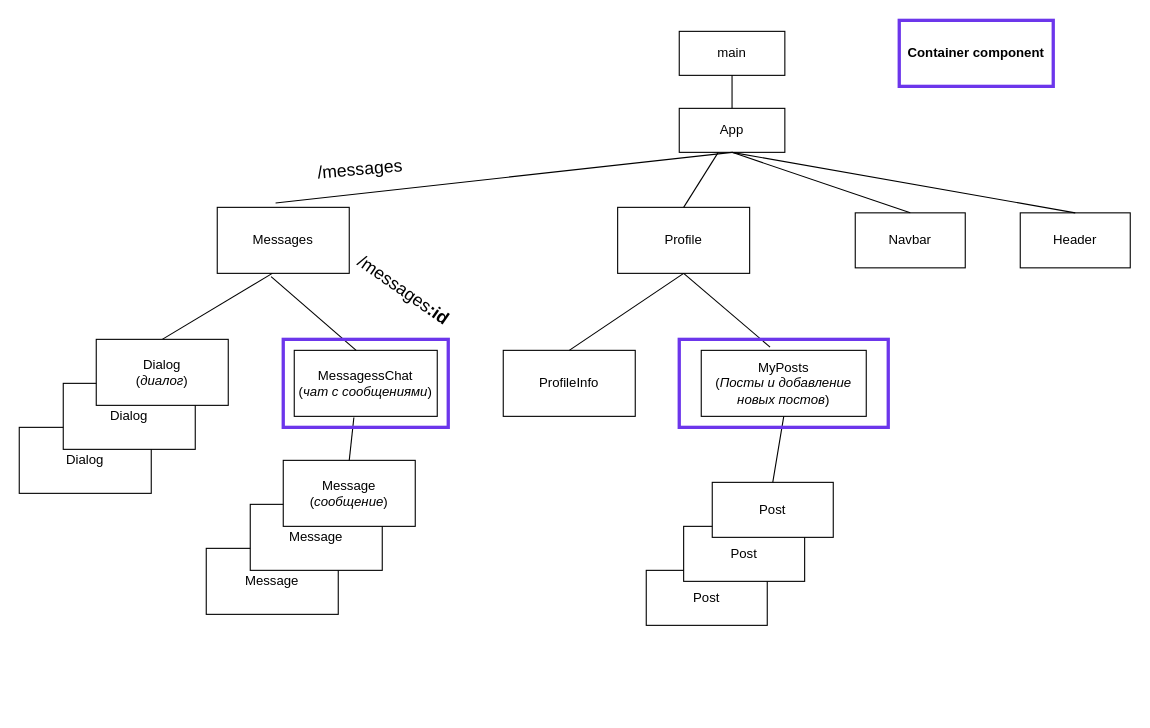
Before: reactСхема.drawio in Maria1564/learning-react, a draw.io diagram. Source tidied: cells renumbered, new cells numbered last; positions are measured from the earlier drawing's top-left corner, leaving out a move shared by most shapes. Both pictures are drawn from the tidied source at 110%, with x=0, y=0 at pixel (19, 20).
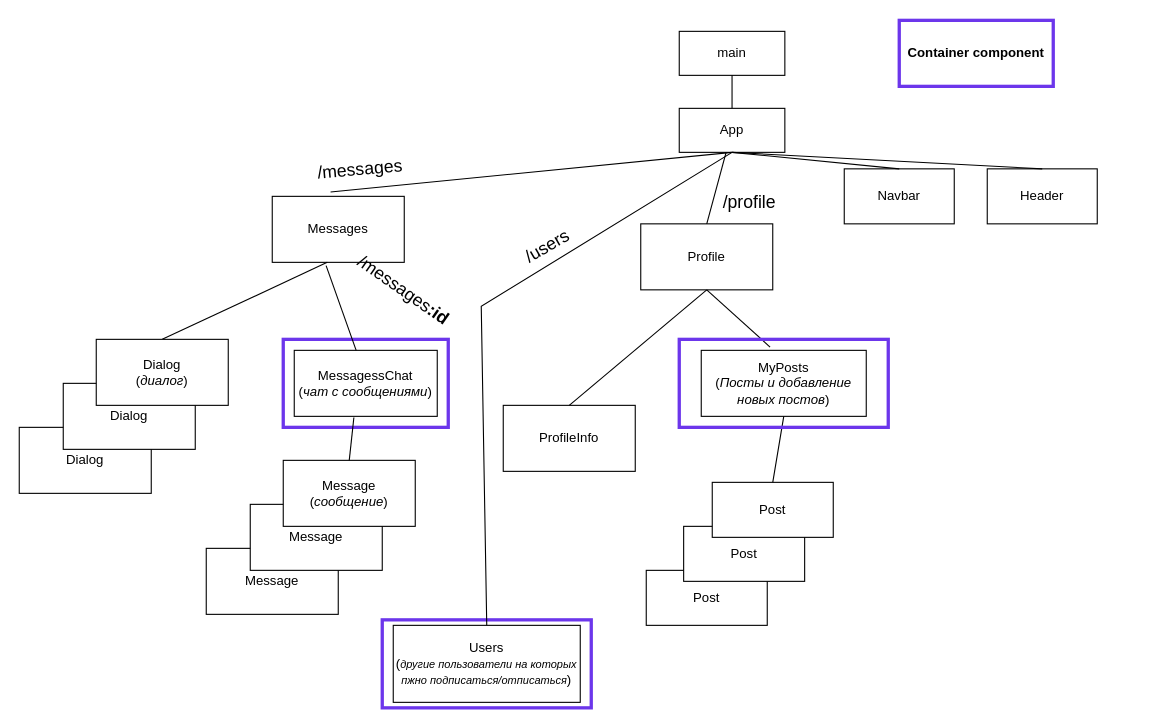
The same page after the edit.

Unchanged cells that the change refers to:
```xml
<mxCell id="9" value="App" style="rounded=0;whiteSpace=wrap;html=1;" parent="1" vertex="1">
  <mxGeometry x="600" y="80" width="96" height="40" as="geometry" />
</mxCell>
```

Change to the diagram source:
```diff
@@
+    <mxCell id="35" style="rounded=0;whiteSpace=wrap;html=1;fillColor=none;strokeColor=#6C36EB;strokeWidth=3;" parent="1" vertex="1">
+      <mxGeometry x="240" y="290" width="150" height="80" as="geometry" />
+    </mxCell>
+    <mxCell id="36" style="rounded=0;whiteSpace=wrap;html=1;fillColor=none;strokeColor=#6C36EB;strokeWidth=3;" parent="1" vertex="1">
+      <mxGeometry x="330" y="545" width="190" height="80" as="geometry" />
+    </mxCell>
@@
     <mxCell id="11" value="Messages&lt;br&gt;" style="rounded=0;whiteSpace=wrap;html=1;" parent="1" vertex="1">
-      <mxGeometry x="180" y="170" width="120" height="60" as="geometry" />
+      <mxGeometry x="230" y="160" width="120" height="60" as="geometry" />
     </mxCell>
@@
     <mxCell id="21" value="Profile" style="rounded=0;whiteSpace=wrap;html=1;" parent="1" vertex="1">
-      <mxGeometry x="544" y="170" width="120" height="60" as="geometry" />
+      <mxGeometry x="565" y="185" width="120" height="60" as="geometry" />
     </mxCell>
@@
     <mxCell id="23" value="ProfileInfo" style="rounded=0;whiteSpace=wrap;html=1;" parent="1" vertex="1">
-      <mxGeometry x="440" y="300" width="120" height="60" as="geometry" />
+      <mxGeometry x="440" y="350" width="120" height="60" as="geometry" />
     </mxCell>
@@
     <mxCell id="29" value="Navbar" style="rounded=0;whiteSpace=wrap;html=1;" parent="1" vertex="1">
-      <mxGeometry x="760" y="175" width="100" height="50" as="geometry" />
+      <mxGeometry x="750" y="135" width="100" height="50" as="geometry" />
     </mxCell>
     <mxCell id="30" value="Header" style="rounded=0;whiteSpace=wrap;html=1;" parent="1" vertex="1">
-      <mxGeometry x="910" y="175" width="100" height="50" as="geometry" />
+      <mxGeometry x="880" y="135" width="100" height="50" as="geometry" />
     </mxCell>
@@
-    <mxCell id="35" style="rounded=0;whiteSpace=wrap;html=1;fillColor=none;strokeColor=#6C36EB;strokeWidth=3;" parent="1" vertex="1">
-      <mxGeometry x="240" y="290" width="150" height="80" as="geometry" />
-    </mxCell>
+    <mxCell id="37" value="&lt;font style=&quot;font-size: 16px;&quot;&gt;/profile&lt;/font&gt;" style="text;html=1;strokeColor=none;fillColor=none;align=center;verticalAlign=middle;whiteSpace=wrap;rounded=0;rotation=0;" parent="1" vertex="1">
+      <mxGeometry x="634" y="150" width="60" height="30" as="geometry" />
+    </mxCell>
+    <mxCell id="38" value="Users&lt;br&gt;(&lt;i&gt;&lt;font style=&quot;font-size: 10px;&quot;&gt;другие пользователи на которых пжно подписаться/отписаться&lt;/font&gt;&lt;/i&gt;)" style="rounded=0;whiteSpace=wrap;html=1;" parent="1" vertex="1">
+      <mxGeometry x="340" y="550" width="170" height="70" as="geometry" />
+    </mxCell>
+    <mxCell id="39" style="endArrow=none;html=1;rounded=0;exitX=0.5;exitY=0;exitDx=0;exitDy=0;entryX=0.5;entryY=1;entryDx=0;entryDy=0;" parent="1" edge="1" source="38" target="9">
+      <mxGeometry relative="1" as="geometry">
+        <Array as="points">
+          <mxPoint x="420" y="260" />
+        </Array>
+      </mxGeometry>
+    </mxCell>
+    <mxCell id="40" value="&lt;span style=&quot;font-size: 16px;&quot;&gt;/users&lt;br&gt;&lt;/span&gt;" style="text;html=1;strokeColor=none;fillColor=none;align=center;verticalAlign=middle;whiteSpace=wrap;rounded=0;rotation=-30;" parent="1" vertex="1">
+      <mxGeometry x="450" y="190" width="60" height="30" as="geometry" />
+    </mxCell>
```
